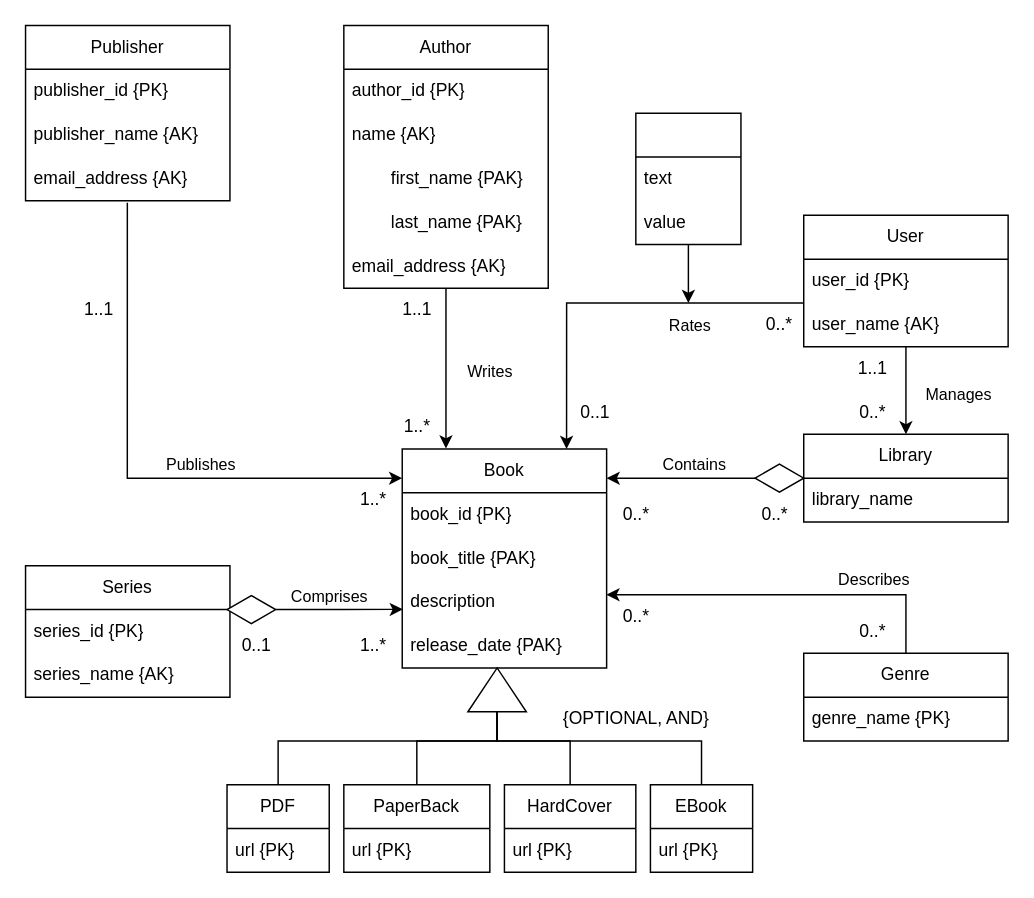
Earlier version of the draw.io diagram documents/vl_conceptual_design_alt.drawio (jackeinbinder01/VirtualLibrary). Source tidied: cells renumbered, new cells numbered last; positions are measured from the earlier drawing's top-left corner, leaving out a move shared by most shapes. Both pictures are drawn from the tidied source at 146%, with x=0, y=0 at pixel (25, 25).
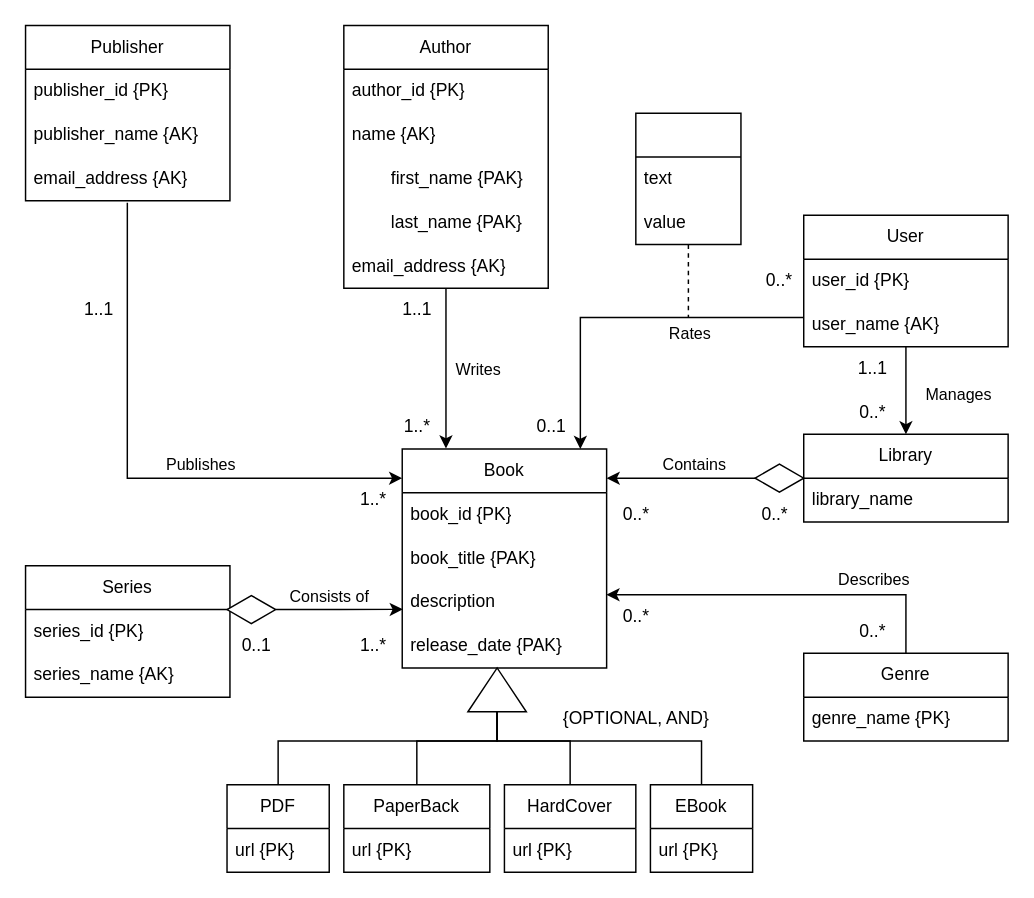
The same page after the edit.

Commit message (it also covers changes not shown here):
alt ERD updated

The change refers to these unchanged cells:
```xml
<mxCell id="4" value="User" style="swimlane;fontStyle=0;horizontal=1;startSize=30;whiteSpace=wrap;html=1;" parent="1" vertex="1">
  <mxGeometry x="533" y="130" width="140" height="90" as="geometry" />
</mxCell>
<mxCell id="9" value="Book" style="swimlane;fontStyle=0;horizontal=1;startSize=30;whiteSpace=wrap;html=1;" parent="1" vertex="1">
  <mxGeometry x="258" y="290" width="140" height="150" as="geometry" />
</mxCell>
<mxCell id="25" style="edgeStyle=orthogonalEdgeStyle;rounded=0;jettySize=auto;html=1;entryX=0.214;entryY=-0.002;entryDx=0;entryDy=0;entryPerimeter=0;" parent="1" edge="1" source="19" target="9">
  <mxGeometry relative="1" as="geometry" />
</mxCell>
<mxCell id="48" style="swimlane;fontStyle=0;horizontal=1;startSize=30;whiteSpace=wrap;html=1;" parent="1" vertex="1">
  <mxGeometry x="418" y="60" width="72" height="90" as="geometry" />
</mxCell>
<mxCell id="71" style="edgeStyle=orthogonalEdgeStyle;rounded=0;jettySize=auto;html=1;entryX=0.003;entryY=0.662;entryDx=0;entryDy=0;entryPerimeter=0;" parent="1" edge="1" source="46" target="12">
  <mxGeometry relative="1" as="geometry" />
</mxCell>
```

Diff of the diagram source:
```diff
@@
     <mxCell id="26" value="Writes" style="edgeLabel;html=1;align=center;verticalAlign=middle;" parent="25" vertex="1">
       <mxGeometry x="0.08" y="3" relative="1" as="geometry">
-        <mxPoint x="27" y="-3" as="offset" />
+        <mxPoint x="19" y="-4" as="offset" />
       </mxGeometry>
     </mxCell>
@@
-    <mxCell id="30" style="edgeStyle=orthogonalEdgeStyle;rounded=0;jettySize=auto;html=1;entryX=0.804;entryY=0;entryDx=0;entryDy=0;entryPerimeter=0;" parent="1" edge="1" source="4" target="9">
+    <mxCell id="30" style="edgeStyle=orthogonalEdgeStyle;rounded=0;jettySize=auto;html=1;" parent="1" edge="1" source="4">
       <mxGeometry relative="1" as="geometry">
+        <mxPoint x="380" y="290" as="targetPoint" />
         <Array as="points">
-          <mxPoint x="371" y="190" />
+          <mxPoint x="380" y="200" />
         </Array>
       </mxGeometry>
     </mxCell>
     <mxCell id="31" value="Rates" style="edgeLabel;html=1;align=center;verticalAlign=middle;" parent="30" vertex="1">
       <mxGeometry x="-0.57" y="1" relative="1" as="geometry">
-        <mxPoint x="-23" y="14" as="offset" />
+        <mxPoint x="-27" y="9" as="offset" />
       </mxGeometry>
     </mxCell>
@@
-    <mxCell id="47" style="edgeStyle=orthogonalEdgeStyle;rounded=0;jettySize=auto;html=1;" parent="1" edge="1" source="48">
-      <mxGeometry relative="1" as="geometry">
-        <mxPoint x="454" y="190" as="targetPoint" />
-      </mxGeometry>
-    </mxCell>
+    <mxCell id="75" style="edgeStyle=orthogonalEdgeStyle;rounded=0;jettySize=auto;html=1;endArrow=none;endFill=0;dashed=1;" parent="1" edge="1" source="48">
+      <mxGeometry relative="1" as="geometry">
+        <mxPoint x="454" y="200" as="targetPoint" />
+      </mxGeometry>
+    </mxCell>
@@
     <mxCell id="57" value="0..*" style="text;html=1;align=center;verticalAlign=middle;strokeColor=none;fillColor=none;" parent="1" vertex="1">
-      <mxGeometry x="496.3" y="190" width="40" height="30" as="geometry" />
+      <mxGeometry x="496.3" y="160" width="40" height="30" as="geometry" />
     </mxCell>
     <mxCell id="58" value="0..1" style="text;html=1;align=center;verticalAlign=middle;strokeColor=none;fillColor=none;" parent="1" vertex="1">
-      <mxGeometry x="370" y="250" width="40" height="30" as="geometry" />
+      <mxGeometry x="340" y="260" width="40" height="30" as="geometry" />
     </mxCell>
@@
-    <mxCell id="72" value="Comprises" style="edgeLabel;html=1;align=center;verticalAlign=middle;" parent="71" vertex="1">
+    <mxCell id="72" value="Consists of" style="edgeLabel;html=1;align=center;verticalAlign=middle;" parent="71" vertex="1">
       <mxGeometry x="-0.28" relative="1" as="geometry">
         <mxPoint x="5" y="-10" as="offset" />
       </mxGeometry>
     </mxCell>
```
